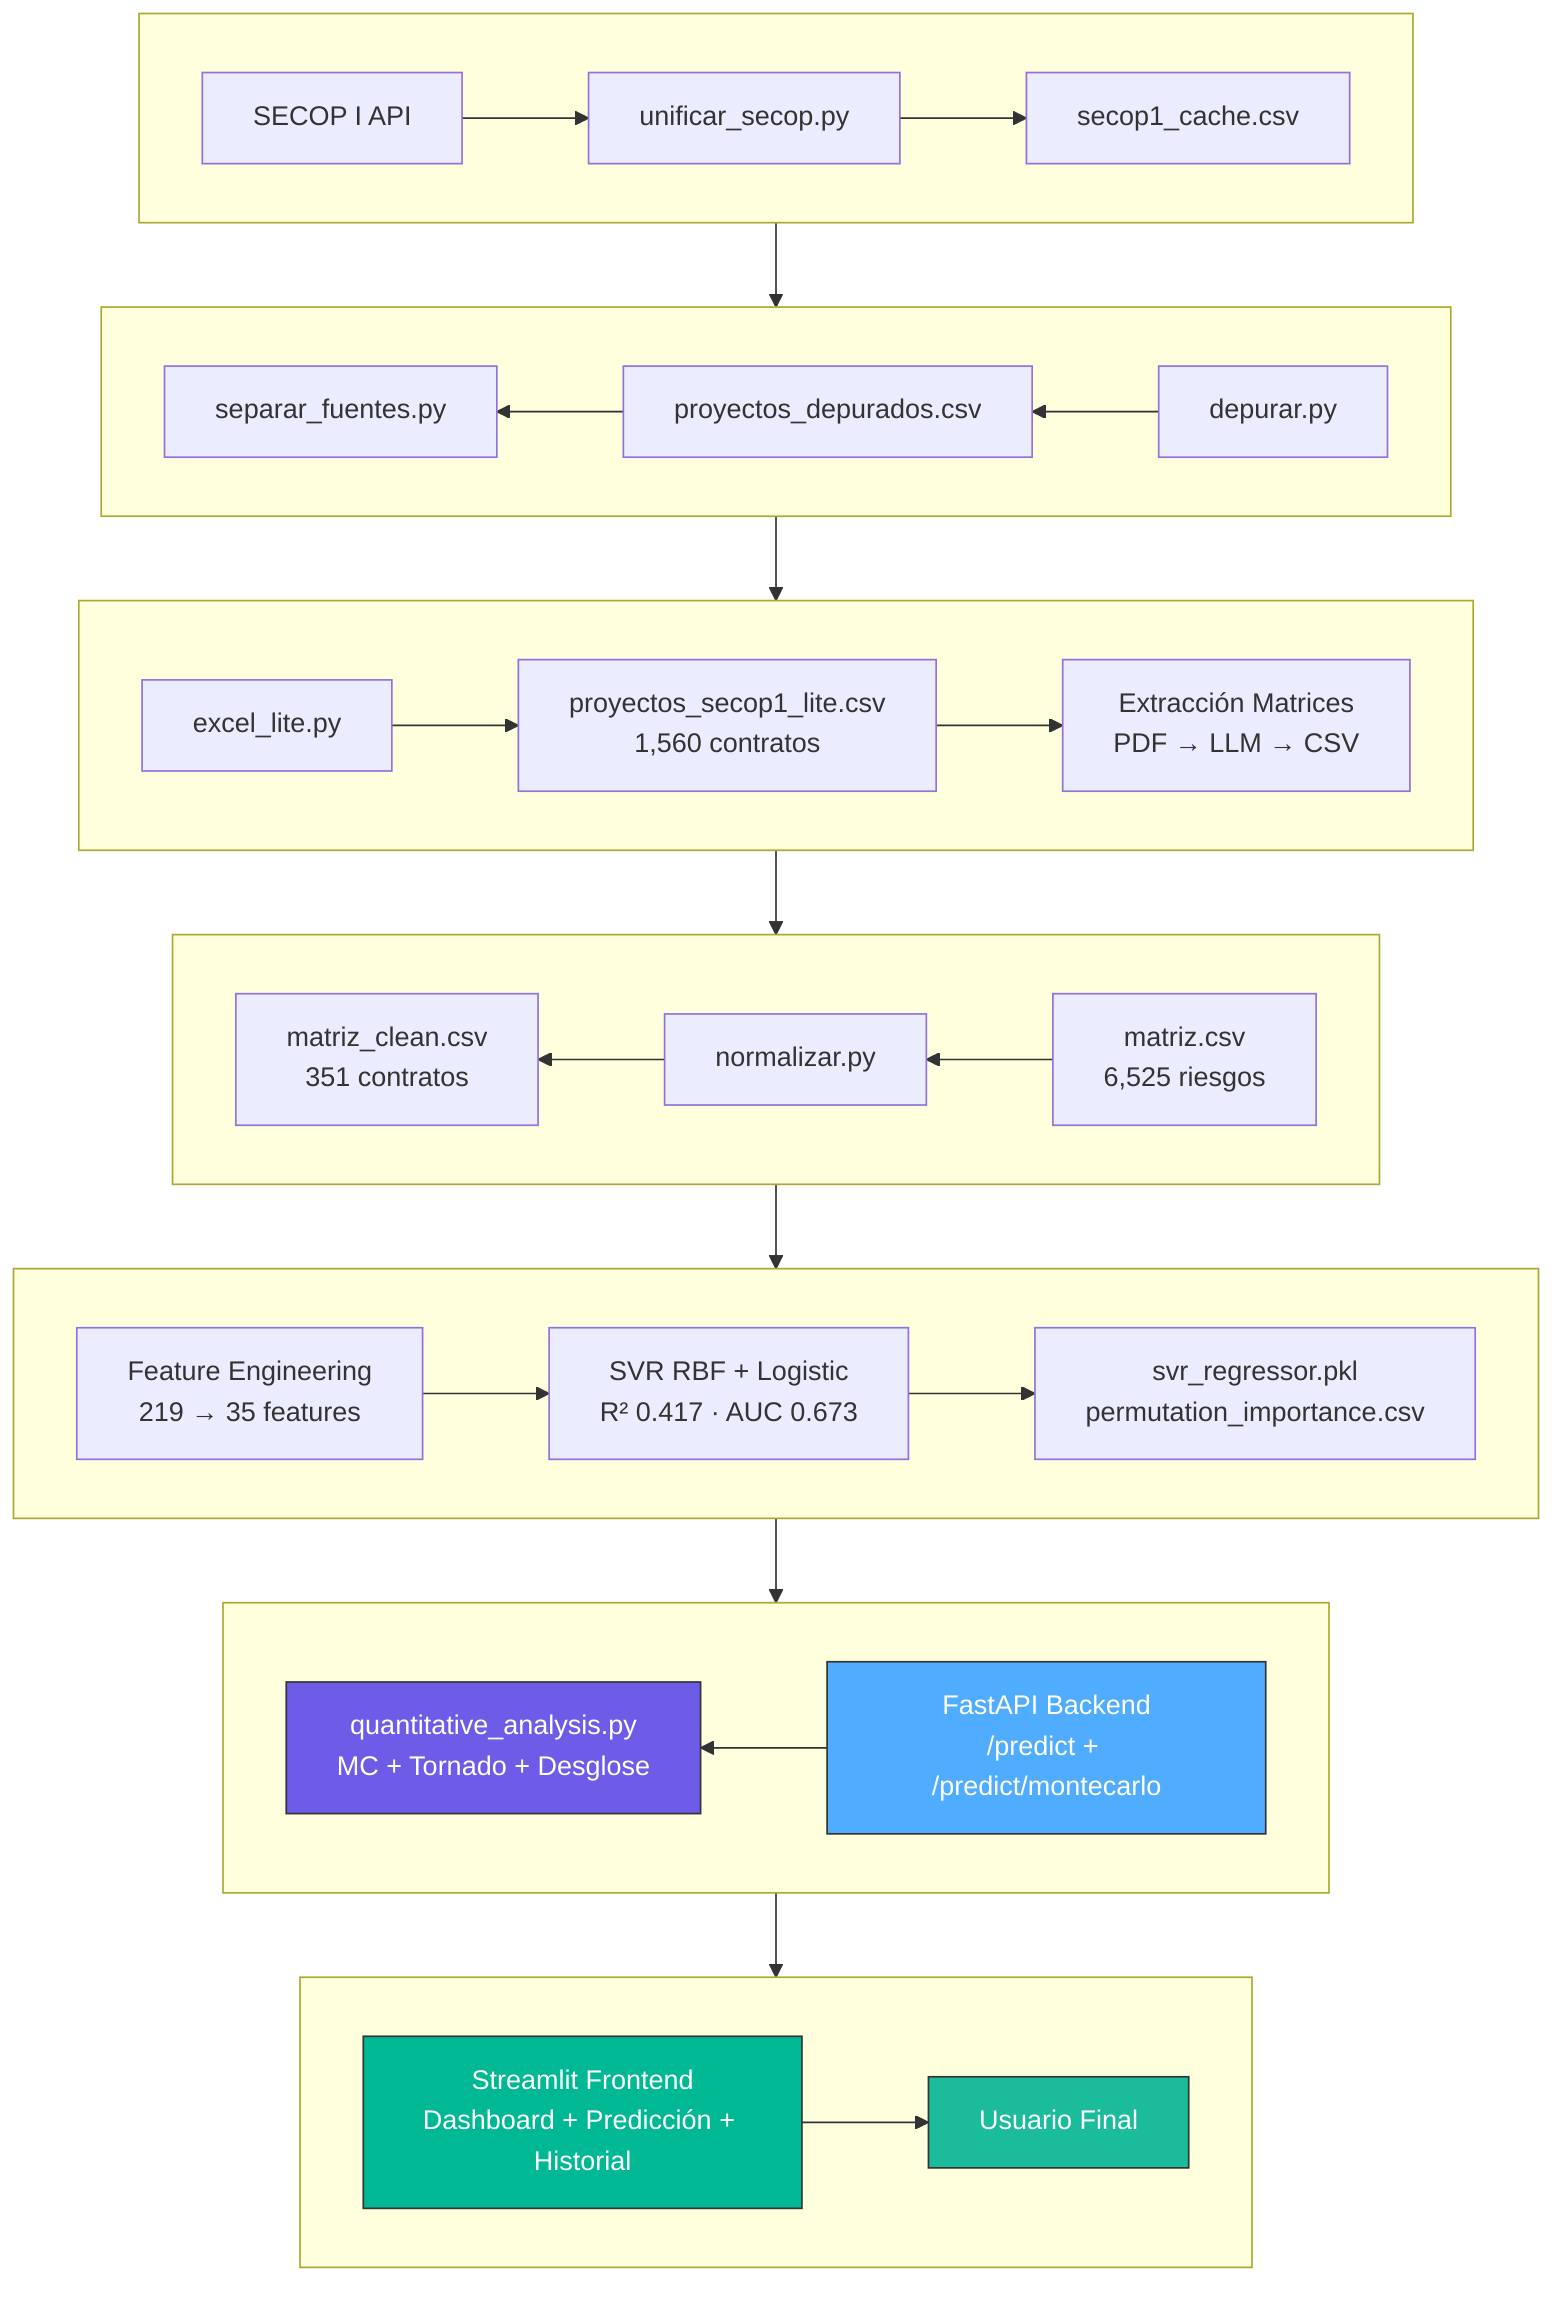
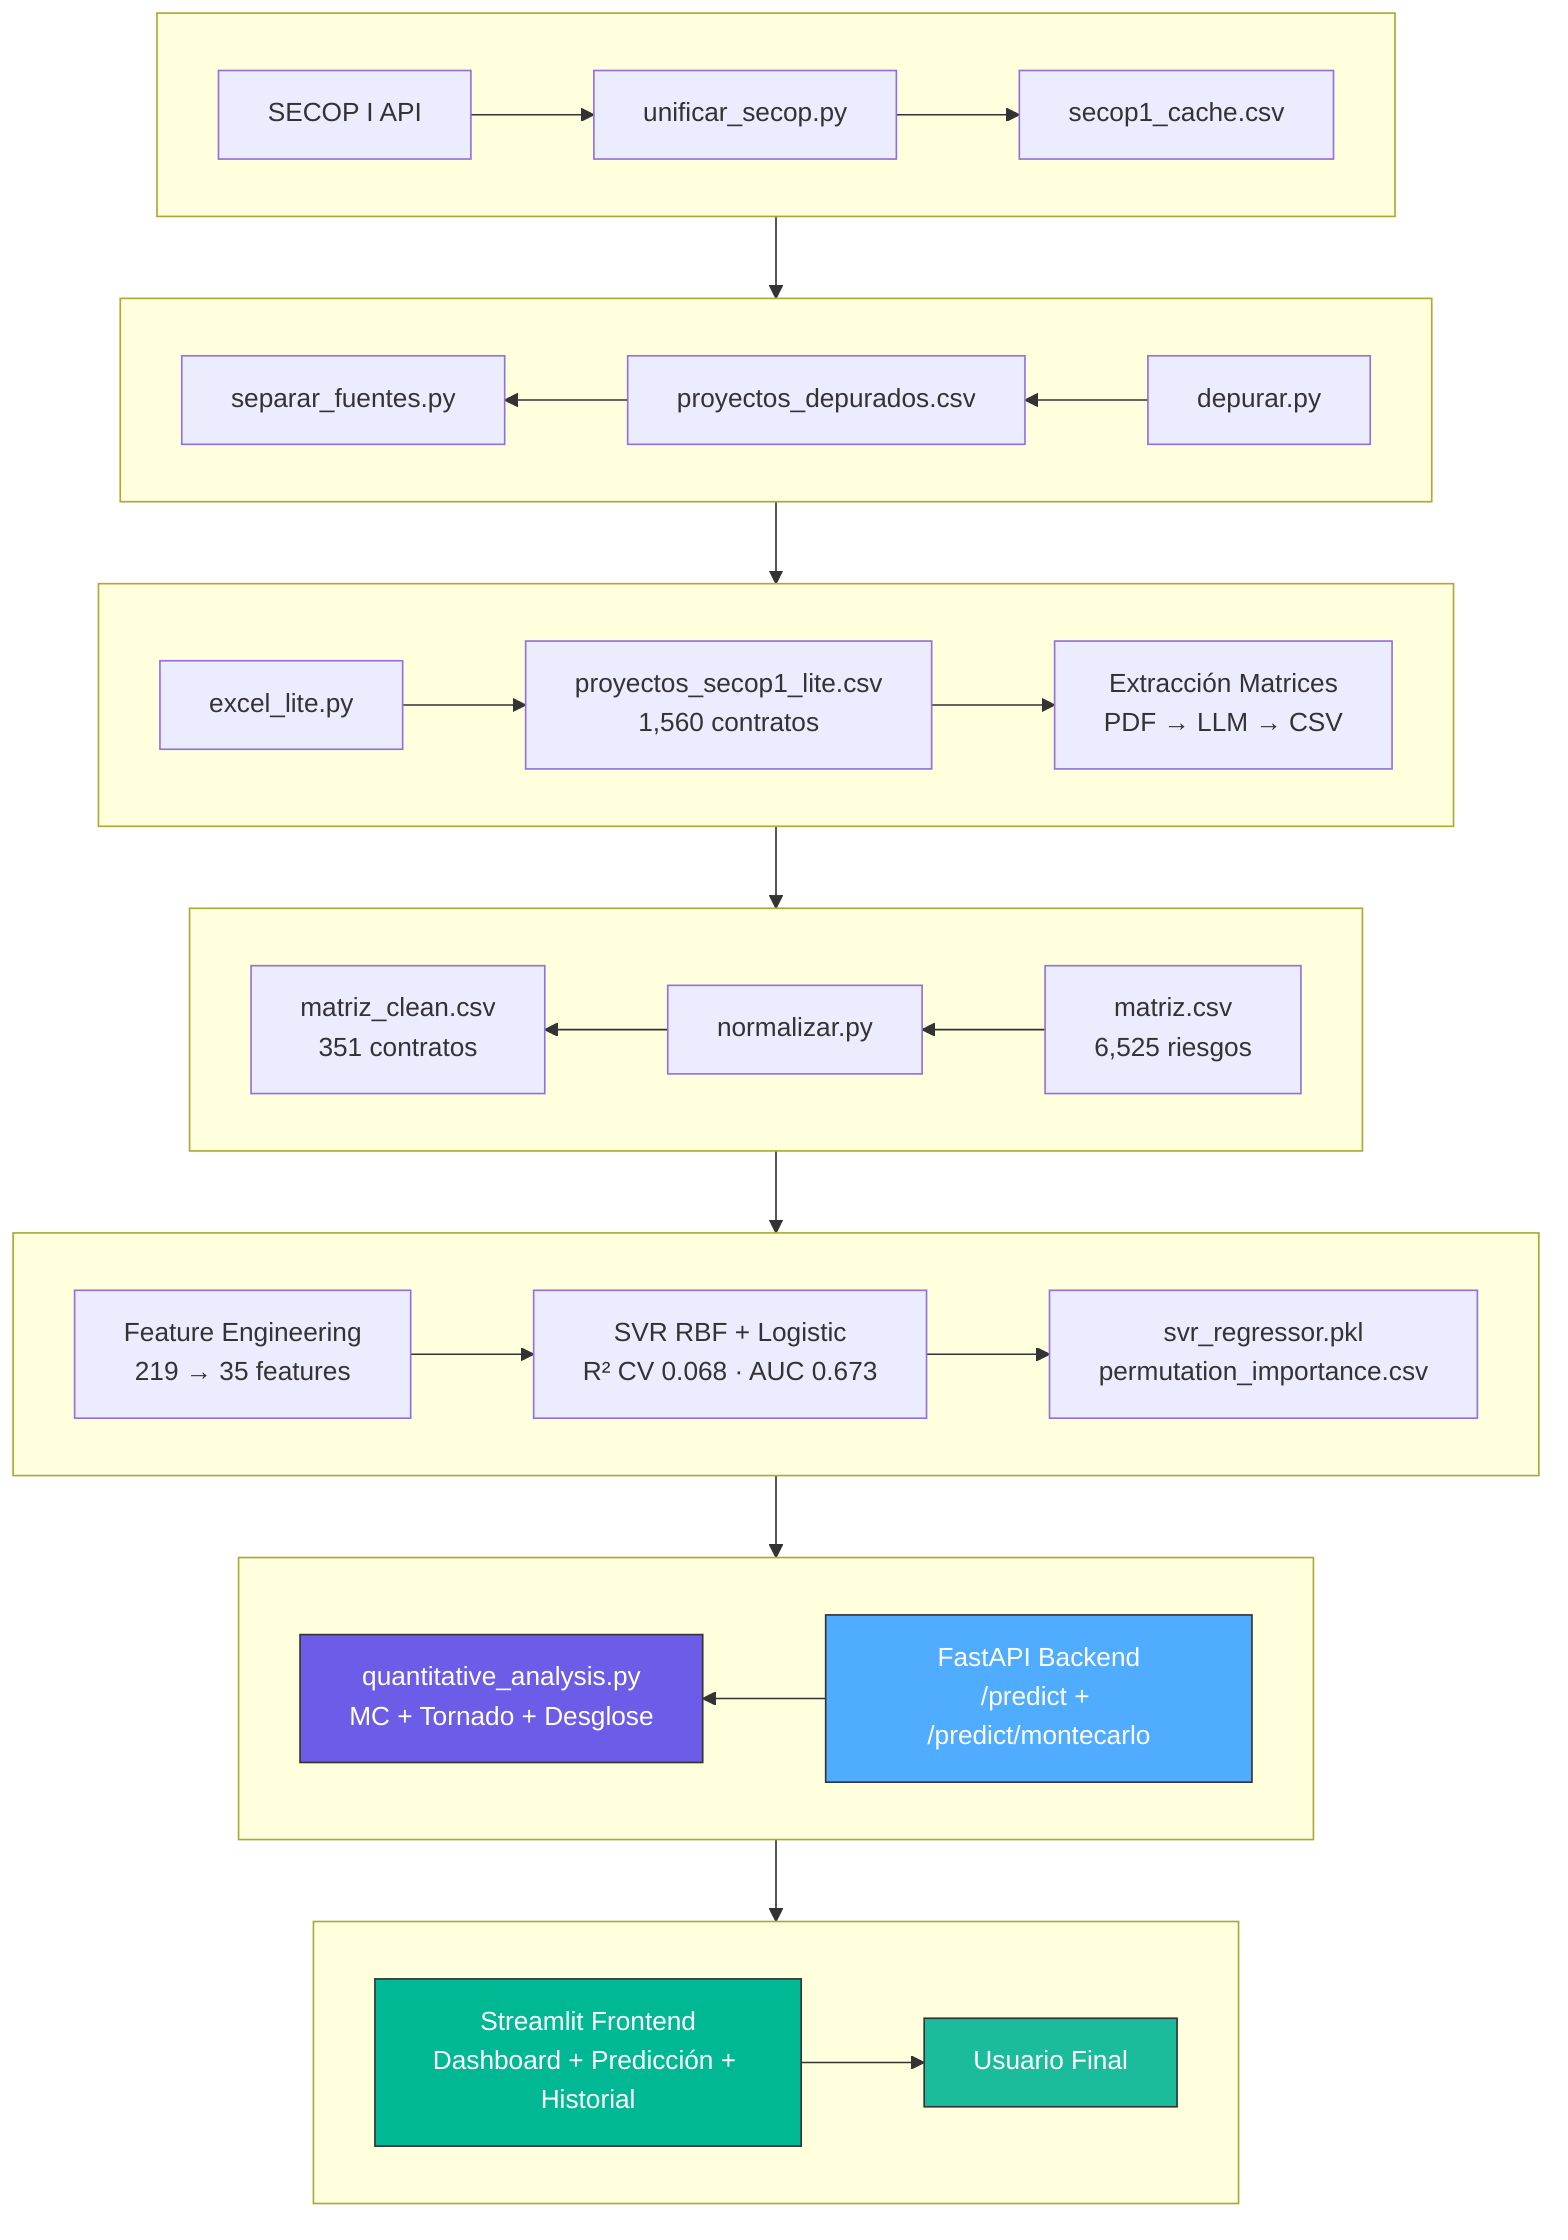
%% Snake pattern using subgraphs with direction RL for alternating rows
graph TB
    subgraph R1[" "]
        direction LR
        A[SECOP I API] --> B[unificar_secop.py] --> C[secop1_cache.csv]
    end
    C --> D[depurar.py]
    subgraph R2[" "]
        direction RL
        D --> E[proyectos_depurados.csv] --> F[separar_fuentes.py]
    end
    F --> G[excel_lite.py]
    subgraph R3[" "]
        direction LR
        G --> H[proyectos_secop1_lite.csv<br/>1,560 contratos] --> I[Extracción Matrices<br/>PDF → LLM → CSV]
    end
    I --> J[matriz.csv<br/>6,525 riesgos]
    subgraph R4[" "]
        direction RL
        J --> K[normalizar.py] --> L[matriz_clean.csv<br/>351 contratos]
    end
    L --> M[Feature Engineering<br/>219 → 35 features]
    subgraph R5[" "]
        direction LR
-         M --> N[SVR RBF + Logistic<br/>R² 0.417 · AUC 0.673] --> O[svr_regressor.pkl<br/>permutation_importance.csv]
+         M --> N[SVR RBF + Logistic<br/>R² CV 0.068 · AUC 0.673] --> O[svr_regressor.pkl<br/>permutation_importance.csv]
    end
    O --> P[FastAPI Backend<br/>/predict + /predict/montecarlo]
    subgraph R6[" "]
        direction RL
        P --> Q[quantitative_analysis.py<br/>MC + Tornado + Desglose]
    end
    Q --> R[Streamlit Frontend<br/>Dashboard + Predicción + Historial]
    subgraph R7[" "]
        direction LR
        R --> S[Usuario Final]
    end

    style P fill:#4facfe,stroke:#333,color:white
    style Q fill:#6C5CE7,stroke:#333,color:white
    style R fill:#00B894,stroke:#333,color:white
    style S fill:#1ABC9C,stroke:#333,color:white
